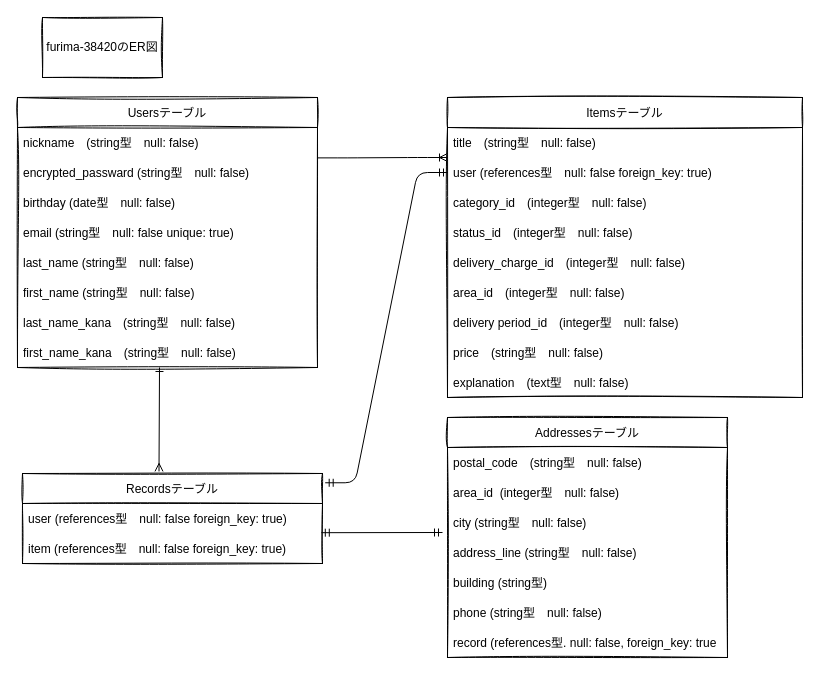
Above: test.dio in noplan31/furima-38420 (draw.io), before the change. Source tidied: cells renumbered, new cells numbered last; positions are measured from the earlier drawing's top-left corner, leaving out a move shared by most shapes. Both pictures are drawn from the tidied source at 100%, with x=0, y=0 at pixel (17, 17).
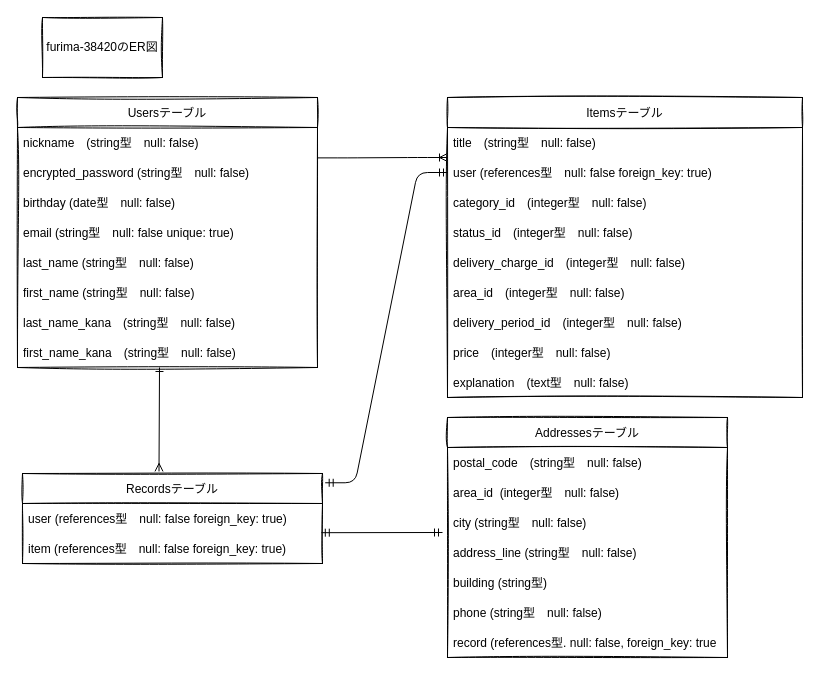
The same page after the edit.

Commit message (it also covers changes not shown here):
データベース設計　修正4

The change refers to these unchanged cells:
```xml
<mxCell id="2" value="Usersテーブル" style="swimlane;fontStyle=0;horizontal=1;startSize=30;sketch=1;" parent="1" vertex="1">
  <mxGeometry y="80" width="300" height="270" as="geometry" />
</mxCell>
<mxCell id="12" value="Itemsテーブル" style="swimlane;fontStyle=0;horizontal=1;startSize=30;sketch=1;" parent="1" vertex="1">
  <mxGeometry x="430" y="80" width="355" height="300" as="geometry" />
</mxCell>
```

Change to the diagram source:
```diff
@@
-    <mxCell id="4" value="encrypted_passward (string型　null: false)" style="text;strokeColor=none;fillColor=none;align=left;verticalAlign=middle;spacingLeft=4;spacingRight=4;overflow=hidden;points=[[0,0.5],[1,0.5]];portConstraint=eastwest;sketch=1;" parent="2" vertex="1">
+    <mxCell id="4" value="encrypted_password (string型　null: false)" style="text;strokeColor=none;fillColor=none;align=left;verticalAlign=middle;spacingLeft=4;spacingRight=4;overflow=hidden;points=[[0,0.5],[1,0.5]];portConstraint=eastwest;sketch=1;" parent="2" vertex="1">
       <mxGeometry y="60" width="300" height="30" as="geometry" />
     </mxCell>
@@
-    <mxCell id="19" value="delivery period_id　(integer型　null: false)" style="text;strokeColor=none;fillColor=none;align=left;verticalAlign=middle;spacingLeft=4;spacingRight=4;overflow=hidden;sketch=1;" parent="12" vertex="1">
+    <mxCell id="19" value="delivery_period_id　(integer型　null: false)" style="text;strokeColor=none;fillColor=none;align=left;verticalAlign=middle;spacingLeft=4;spacingRight=4;overflow=hidden;sketch=1;" parent="12" vertex="1">
       <mxGeometry y="210" width="355" height="30" as="geometry" />
     </mxCell>
-    <mxCell id="20" value="price　(string型　null: false)" style="text;strokeColor=none;fillColor=none;align=left;verticalAlign=middle;spacingLeft=4;spacingRight=4;overflow=hidden;sketch=1;" parent="12" vertex="1">
+    <mxCell id="20" value="price　(integer型　null: false)" style="text;strokeColor=none;fillColor=none;align=left;verticalAlign=middle;spacingLeft=4;spacingRight=4;overflow=hidden;sketch=1;" parent="12" vertex="1">
       <mxGeometry y="240" width="355" height="30" as="geometry" />
     </mxCell>
```
